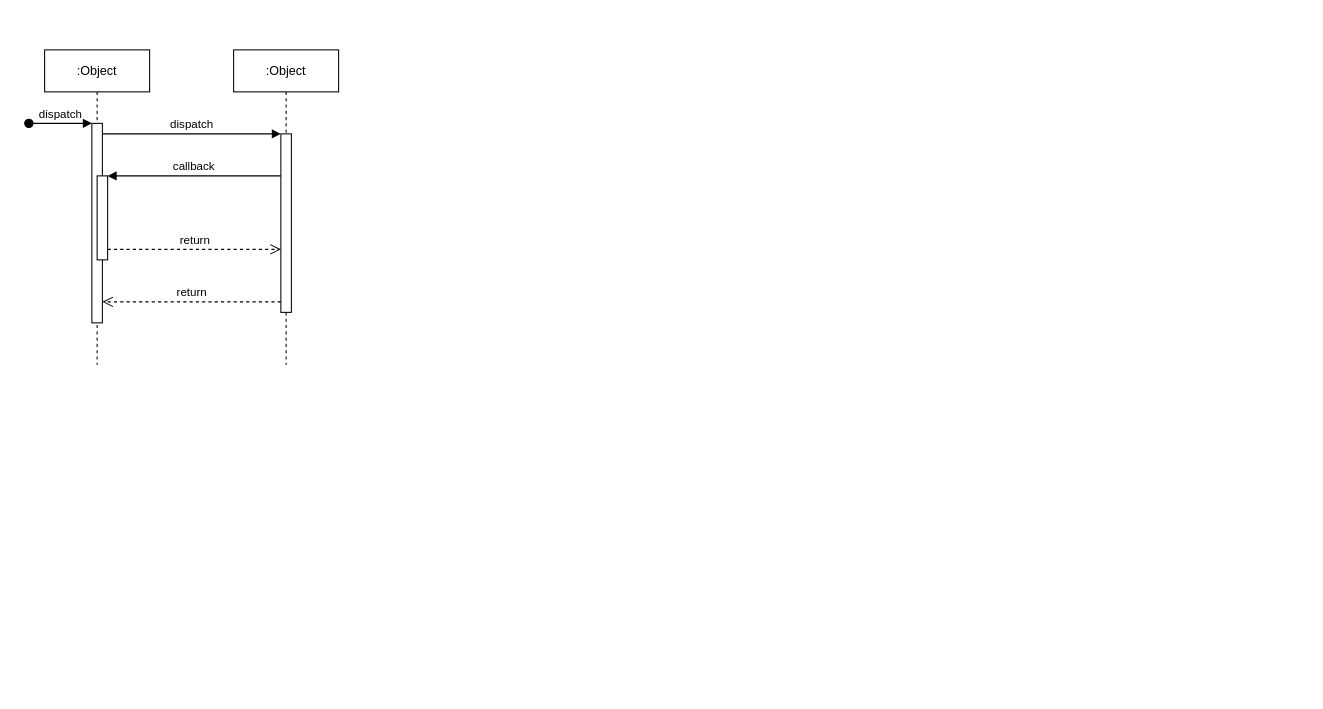
Earlier version of the draw.io diagram uml/SequenceDiagram.drawio (Saltykub/BTO-OOP). Source tidied: cells renumbered, new cells numbered last; positions are measured from the earlier drawing's top-left corner, leaving out a move shared by most shapes. Both pictures are drawn from the tidied source at 105%, with x=0, y=0 at pixel (28, 49).
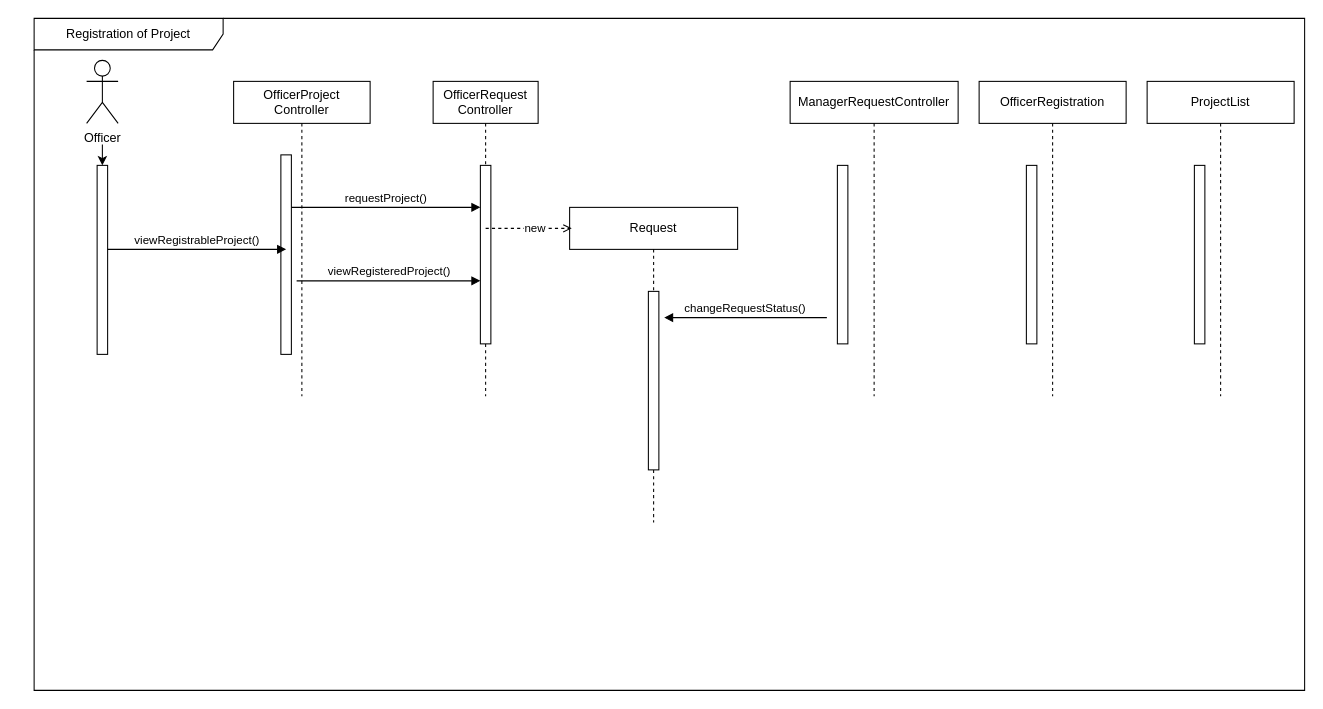
Above is the later version.

Unchanged cells that the change refers to:
```xml
<mxCell id="3" style="html=1;points=[];perimeter=orthogonalPerimeter;outlineConnect=0;targetShapes=umlLifeline;portConstraint=eastwest;newEdgeStyle={&quot;edgeStyle&quot;:&quot;elbowEdgeStyle&quot;,&quot;elbow&quot;:&quot;vertical&quot;,&quot;curved&quot;:0,&quot;rounded&quot;:0};" parent="2" vertex="1">
  <mxGeometry x="45" y="70" width="10" height="190" as="geometry" />
</mxCell>
<mxCell id="7" style="html=1;points=[];perimeter=orthogonalPerimeter;outlineConnect=0;targetShapes=umlLifeline;portConstraint=eastwest;newEdgeStyle={&quot;edgeStyle&quot;:&quot;elbowEdgeStyle&quot;,&quot;elbow&quot;:&quot;vertical&quot;,&quot;curved&quot;:0,&quot;rounded&quot;:0};" parent="6" vertex="1">
  <mxGeometry x="45" y="80" width="10" height="170" as="geometry" />
</mxCell>
```

Diff of the diagram source:
```diff
@@
-    <mxCell id="2" value=":Object" style="shape=umlLifeline;perimeter=lifelinePerimeter;whiteSpace=wrap;html=1;newEdgeStyle={&quot;edgeStyle&quot;:&quot;elbowEdgeStyle&quot;,&quot;elbow&quot;:&quot;vertical&quot;,&quot;curved&quot;:0,&quot;rounded&quot;:0};" parent="1" vertex="1">
-      <mxGeometry x="15" width="100" height="300" as="geometry" />
+    <mxCell id="2" value="OfficerProject&lt;div&gt;Controller&lt;/div&gt;" style="shape=umlLifeline;perimeter=lifelinePerimeter;whiteSpace=wrap;html=1;newEdgeStyle={&quot;edgeStyle&quot;:&quot;elbowEdgeStyle&quot;,&quot;elbow&quot;:&quot;vertical&quot;,&quot;curved&quot;:0,&quot;rounded&quot;:0};" parent="1" vertex="1">
+      <mxGeometry x="195" y="30" width="130" height="300" as="geometry" />
     </mxCell>
@@
-    <mxCell id="4" value="dispatch" style="html=1;verticalAlign=bottom;startArrow=oval;endArrow=block;startSize=8;edgeStyle=elbowEdgeStyle;elbow=vertical;curved=0;rounded=0;" parent="2" edge="1" target="3">
-      <mxGeometry relative="1" as="geometry">
-        <mxPoint x="-15" y="70" as="sourcePoint" />
-      </mxGeometry>
-    </mxCell>
-    <mxCell id="5" style="html=1;points=[];perimeter=orthogonalPerimeter;outlineConnect=0;targetShapes=umlLifeline;portConstraint=eastwest;newEdgeStyle={&quot;edgeStyle&quot;:&quot;elbowEdgeStyle&quot;,&quot;elbow&quot;:&quot;vertical&quot;,&quot;curved&quot;:0,&quot;rounded&quot;:0};" parent="2" vertex="1">
-      <mxGeometry x="50" y="120" width="10" height="80" as="geometry" />
-    </mxCell>
-    <mxCell id="6" value=":Object" style="shape=umlLifeline;perimeter=lifelinePerimeter;whiteSpace=wrap;html=1;newEdgeStyle={&quot;edgeStyle&quot;:&quot;elbowEdgeStyle&quot;,&quot;elbow&quot;:&quot;vertical&quot;,&quot;curved&quot;:0,&quot;rounded&quot;:0};" parent="1" vertex="1">
-      <mxGeometry x="195" width="100" height="300" as="geometry" />
+    <mxCell id="6" value="OfficerRequest&lt;div&gt;Controller&lt;/div&gt;" style="shape=umlLifeline;perimeter=lifelinePerimeter;whiteSpace=wrap;html=1;newEdgeStyle={&quot;edgeStyle&quot;:&quot;elbowEdgeStyle&quot;,&quot;elbow&quot;:&quot;vertical&quot;,&quot;curved&quot;:0,&quot;rounded&quot;:0};" parent="1" vertex="1">
+      <mxGeometry x="385" y="30" width="100" height="300" as="geometry" />
     </mxCell>
@@
-    <mxCell id="8" value="dispatch" style="html=1;verticalAlign=bottom;endArrow=block;edgeStyle=elbowEdgeStyle;elbow=vertical;curved=0;rounded=0;" parent="1" edge="1" source="3" target="7">
+    <mxCell id="8" value="requestProject()" style="html=1;verticalAlign=bottom;endArrow=block;edgeStyle=elbowEdgeStyle;elbow=vertical;curved=0;rounded=0;" parent="1" edge="1" source="3" target="7">
       <mxGeometry relative="1" as="geometry">
         <Array as="points">
-          <mxPoint x="155" y="80" />
+          <mxPoint x="355" y="150" />
         </Array>
       </mxGeometry>
     </mxCell>
-    <mxCell id="9" value="return" style="html=1;verticalAlign=bottom;endArrow=open;dashed=1;endSize=8;edgeStyle=elbowEdgeStyle;elbow=vertical;curved=0;rounded=0;" parent="1" edge="1" source="7" target="3">
-      <mxGeometry relative="1" as="geometry">
-        <Array as="points">
-          <mxPoint x="165" y="240" />
-        </Array>
-      </mxGeometry>
-    </mxCell>
-    <mxCell id="10" value="callback" style="html=1;verticalAlign=bottom;endArrow=block;edgeStyle=elbowEdgeStyle;elbow=vertical;curved=0;rounded=0;" parent="1" edge="1" source="7" target="5">
-      <mxGeometry relative="1" as="geometry">
-        <Array as="points">
-          <mxPoint x="165" y="120" />
-        </Array>
-      </mxGeometry>
-    </mxCell>
-    <mxCell id="11" value="return" style="html=1;verticalAlign=bottom;endArrow=open;dashed=1;endSize=8;edgeStyle=elbowEdgeStyle;elbow=vertical;curved=0;rounded=0;" parent="1" edge="1" source="5" target="7">
-      <mxGeometry relative="1" as="geometry">
-        <Array as="points">
-          <mxPoint x="155" y="190" />
-        </Array>
-      </mxGeometry>
-    </mxCell>
+    <mxCell id="12" value="OfficerRegistration" style="shape=umlLifeline;perimeter=lifelinePerimeter;whiteSpace=wrap;html=1;newEdgeStyle={&quot;edgeStyle&quot;:&quot;elbowEdgeStyle&quot;,&quot;elbow&quot;:&quot;vertical&quot;,&quot;curved&quot;:0,&quot;rounded&quot;:0};" parent="1" vertex="1">
+      <mxGeometry x="905" y="30" width="140" height="300" as="geometry" />
+    </mxCell>
+    <mxCell id="13" style="html=1;perimeter=orthogonalPerimeter;targetShapes=umlLifeline;newEdgeStyle={&quot;edgeStyle&quot;:&quot;elbowEdgeStyle&quot;,&quot;elbow&quot;:&quot;vertical&quot;,&quot;curved&quot;:0,&quot;rounded&quot;:0};" parent="12" vertex="1">
+      <mxGeometry x="45" y="80" width="10" height="170" as="geometry" />
+    </mxCell>
+    <mxCell id="14" value="Registration of Project" style="shape=umlFrame;whiteSpace=wrap;html=1;width=180;height=30;" parent="1" vertex="1">
+      <mxGeometry x="5" y="-30" width="1210" height="640" as="geometry" />
+    </mxCell>
+    <mxCell id="15" style="edgeStyle=orthogonalEdgeStyle;rounded=0;jettySize=auto;html=1;" parent="1" edge="1" target="17">
+      <mxGeometry relative="1" as="geometry">
+        <mxPoint x="70" y="90" as="sourcePoint" />
+        <Array as="points">
+          <mxPoint x="70" y="140" />
+          <mxPoint x="70" y="140" />
+        </Array>
+      </mxGeometry>
+    </mxCell>
+    <mxCell id="16" value="Officer" style="shape=umlActor;verticalLabelPosition=bottom;verticalAlign=top;html=1;" parent="1" vertex="1">
+      <mxGeometry x="55" y="10" width="30" height="60" as="geometry" />
+    </mxCell>
+    <mxCell id="17" style="html=1;points=[[0,0,0,0,5],[0,1,0,0,-5],[1,0,0,0,5],[1,1,0,0,-5]];perimeter=orthogonalPerimeter;outlineConnect=0;targetShapes=umlLifeline;portConstraint=eastwest;newEdgeStyle={&quot;curved&quot;:0,&quot;rounded&quot;:0};" parent="1" vertex="1">
+      <mxGeometry x="65" y="110" width="10" height="180" as="geometry" />
+    </mxCell>
+    <mxCell id="18" value="viewRegistrableProject()" style="html=1;verticalAlign=bottom;endArrow=block;edgeStyle=elbowEdgeStyle;elbow=vertical;curved=0;rounded=0;" parent="1" edge="1">
+      <mxGeometry relative="1" as="geometry">
+        <mxPoint x="75" y="190" as="sourcePoint" />
+        <mxPoint x="245" y="190" as="targetPoint" />
+        <Array as="points">
+          <mxPoint x="135" y="190" />
+        </Array>
+      </mxGeometry>
+    </mxCell>
+    <mxCell id="19" value="ProjectList" style="shape=umlLifeline;perimeter=lifelinePerimeter;whiteSpace=wrap;html=1;newEdgeStyle={&quot;edgeStyle&quot;:&quot;elbowEdgeStyle&quot;,&quot;elbow&quot;:&quot;vertical&quot;,&quot;curved&quot;:0,&quot;rounded&quot;:0};" parent="1" vertex="1">
+      <mxGeometry x="1065" y="30" width="140" height="300" as="geometry" />
+    </mxCell>
+    <mxCell id="20" style="html=1;perimeter=orthogonalPerimeter;targetShapes=umlLifeline;newEdgeStyle={&quot;edgeStyle&quot;:&quot;elbowEdgeStyle&quot;,&quot;elbow&quot;:&quot;vertical&quot;,&quot;curved&quot;:0,&quot;rounded&quot;:0};" parent="19" vertex="1">
+      <mxGeometry x="45" y="80" width="10" height="170" as="geometry" />
+    </mxCell>
+    <mxCell id="21" value="Request" style="shape=umlLifeline;perimeter=lifelinePerimeter;whiteSpace=wrap;html=1;newEdgeStyle={&quot;edgeStyle&quot;:&quot;elbowEdgeStyle&quot;,&quot;elbow&quot;:&quot;vertical&quot;,&quot;curved&quot;:0,&quot;rounded&quot;:0};" parent="1" vertex="1">
+      <mxGeometry x="515" y="150" width="160" height="300" as="geometry" />
+    </mxCell>
+    <mxCell id="22" style="html=1;perimeter=orthogonalPerimeter;targetShapes=umlLifeline;newEdgeStyle={&quot;edgeStyle&quot;:&quot;elbowEdgeStyle&quot;,&quot;elbow&quot;:&quot;vertical&quot;,&quot;curved&quot;:0,&quot;rounded&quot;:0};" parent="21" vertex="1">
+      <mxGeometry x="75" y="80" width="10" height="170" as="geometry" />
+    </mxCell>
+    <mxCell id="23" value="viewRegisteredProject()" style="html=1;verticalAlign=bottom;endArrow=block;edgeStyle=elbowEdgeStyle;elbow=vertical;curved=0;rounded=0;" parent="1" edge="1" target="7">
+      <mxGeometry relative="1" as="geometry">
+        <mxPoint x="255" y="220" as="sourcePoint" />
+        <Array as="points">
+          <mxPoint x="350" y="220" />
+        </Array>
+      </mxGeometry>
+    </mxCell>
+    <mxCell id="24" value="changeRequestStatus()" style="html=1;verticalAlign=bottom;endArrow=block;edgeStyle=elbowEdgeStyle;elbow=vertical;curved=0;rounded=0;" parent="1" edge="1">
+      <mxGeometry x="0.01" relative="1" as="geometry">
+        <mxPoint x="760" y="255" as="sourcePoint" />
+        <mxPoint x="605" y="255" as="targetPoint" />
+        <Array as="points">
+          <mxPoint x="755" y="255" />
+        </Array>
+      </mxGeometry>
+    </mxCell>
+    <mxCell id="25" value="ManagerRequestController" style="shape=umlLifeline;perimeter=lifelinePerimeter;whiteSpace=wrap;html=1;newEdgeStyle={&quot;edgeStyle&quot;:&quot;elbowEdgeStyle&quot;,&quot;elbow&quot;:&quot;vertical&quot;,&quot;curved&quot;:0,&quot;rounded&quot;:0};" parent="1" vertex="1">
+      <mxGeometry x="725" y="30" width="160" height="300" as="geometry" />
+    </mxCell>
+    <mxCell id="26" style="html=1;perimeter=orthogonalPerimeter;targetShapes=umlLifeline;newEdgeStyle={&quot;edgeStyle&quot;:&quot;elbowEdgeStyle&quot;,&quot;elbow&quot;:&quot;vertical&quot;,&quot;curved&quot;:0,&quot;rounded&quot;:0};" parent="25" vertex="1">
+      <mxGeometry x="45" y="80" width="10" height="170" as="geometry" />
+    </mxCell>
+    <mxCell id="27" style="html=1;verticalAlign=bottom;labelBackgroundColor=none;endArrow=open;endFill=0;dashed=1;rounded=0;" parent="1" edge="1">
+      <mxGeometry relative="1" as="geometry">
+        <mxPoint x="435" y="170" as="sourcePoint" />
+        <mxPoint x="517" y="170" as="targetPoint" />
+      </mxGeometry>
+    </mxCell>
+    <mxCell id="28" value="new" style="edgeLabel;html=1;align=center;verticalAlign=middle;" parent="27" vertex="1">
+      <mxGeometry x="0.12" y="1" relative="1" as="geometry" />
+    </mxCell>
```
